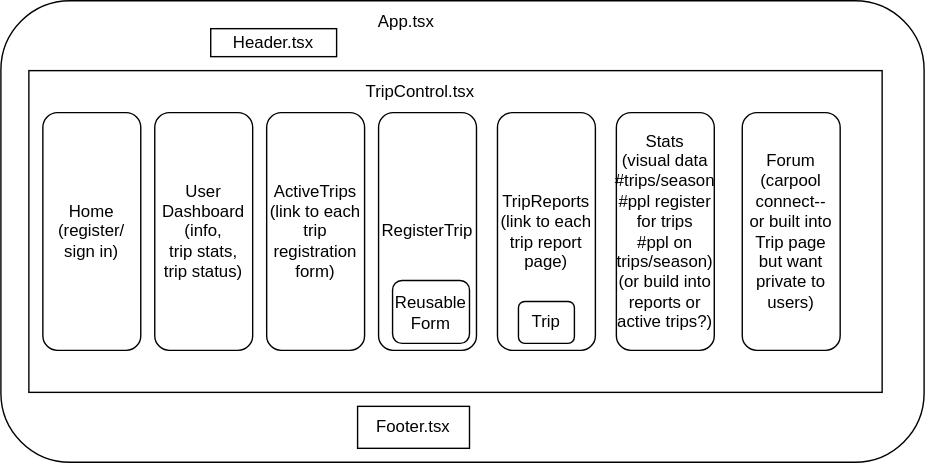
kimmykokonut/Capstone keeps this draw.io diagram as assets/diagrams/component-diagram.drawio.svg. Above is the earlier version. Source tidied: cells renumbered, new cells last; positions are measured from the earlier drawing's top-left corner, leaving out a move shared by most shapes. Its diagram source:
```xml
<mxGraphModel>
  <root>
    <mxCell id="0" />
    <mxCell id="1" parent="0" />
    <mxCell id="2" style="rounded=1;whiteSpace=wrap;html=1;" parent="1" vertex="1">
      <mxGeometry width="660" height="330" as="geometry" />
    </mxCell>
    <mxCell id="3" value="App.tsx" style="text;html=1;strokeColor=none;fillColor=none;align=center;verticalAlign=middle;whiteSpace=wrap;rounded=0;" parent="1" vertex="1">
      <mxGeometry x="260" width="60" height="30" as="geometry" />
    </mxCell>
    <mxCell id="4" value="Header.tsx" style="rounded=0;whiteSpace=wrap;html=1;" parent="1" vertex="1">
      <mxGeometry x="150" y="20" width="90" height="20" as="geometry" />
    </mxCell>
    <mxCell id="5" value="Footer.tsx" style="rounded=0;whiteSpace=wrap;html=1;" parent="1" vertex="1">
      <mxGeometry x="255" y="290" width="80" height="30" as="geometry" />
    </mxCell>
    <mxCell id="6" style="rounded=0;whiteSpace=wrap;html=1;" parent="1" vertex="1">
      <mxGeometry x="20" y="50" width="610" height="230" as="geometry" />
    </mxCell>
    <mxCell id="7" value="TripControl.tsx" style="text;html=1;strokeColor=none;fillColor=none;align=center;verticalAlign=middle;whiteSpace=wrap;rounded=0;" parent="1" vertex="1">
      <mxGeometry x="270" y="50" width="60" height="30" as="geometry" />
    </mxCell>
    <mxCell id="8" value="Home&lt;br&gt;(register/&lt;br&gt;sign in)" style="rounded=1;whiteSpace=wrap;html=1;" parent="1" vertex="1">
      <mxGeometry x="30" y="80" width="70" height="170" as="geometry" />
    </mxCell>
    <mxCell id="9" value="User&lt;br&gt;Dashboard&lt;br&gt;(info, &lt;br&gt;trip stats,&lt;br&gt;trip status)" style="rounded=1;whiteSpace=wrap;html=1;" parent="1" vertex="1">
      <mxGeometry x="110" y="80" width="70" height="170" as="geometry" />
    </mxCell>
    <mxCell id="10" value="TripReports&lt;br&gt;(link to each trip report page)" style="rounded=1;whiteSpace=wrap;html=1;" parent="1" vertex="1">
      <mxGeometry x="355" y="80" width="70" height="170" as="geometry" />
    </mxCell>
    <mxCell id="11" value="RegisterTrip" style="rounded=1;whiteSpace=wrap;html=1;" parent="1" vertex="1">
      <mxGeometry x="270" y="80" width="70" height="170" as="geometry" />
    </mxCell>
    <mxCell id="12" value="ActiveTrips&lt;br&gt;(link to each trip registration form)" style="rounded=1;whiteSpace=wrap;html=1;" parent="1" vertex="1">
      <mxGeometry x="190" y="80" width="70" height="170" as="geometry" />
    </mxCell>
    <mxCell id="13" value="Reusable&lt;br&gt;Form" style="rounded=1;whiteSpace=wrap;html=1;" parent="1" vertex="1">
      <mxGeometry x="280" y="200" width="55" height="45" as="geometry" />
    </mxCell>
    <mxCell id="14" value="Trip" style="rounded=1;whiteSpace=wrap;html=1;" parent="1" vertex="1">
      <mxGeometry x="370" y="215" width="40" height="30" as="geometry" />
    </mxCell>
    <mxCell id="15" value="Stats&lt;br&gt;(visual data&lt;br&gt;#trips/season&lt;br&gt;#ppl register for trips&lt;br&gt;#ppl on trips/season)&lt;br&gt;(or build into reports or active trips?)" style="rounded=1;whiteSpace=wrap;html=1;" parent="1" vertex="1">
      <mxGeometry x="440" y="80" width="70" height="170" as="geometry" />
    </mxCell>
    <mxCell id="16" value="Forum&lt;br&gt;(carpool connect--&lt;br&gt;or built into Trip page but want private to users)" style="rounded=1;whiteSpace=wrap;html=1;" parent="1" vertex="1">
      <mxGeometry x="530" y="80" width="70" height="170" as="geometry" />
    </mxCell>
  </root>
</mxGraphModel>
```
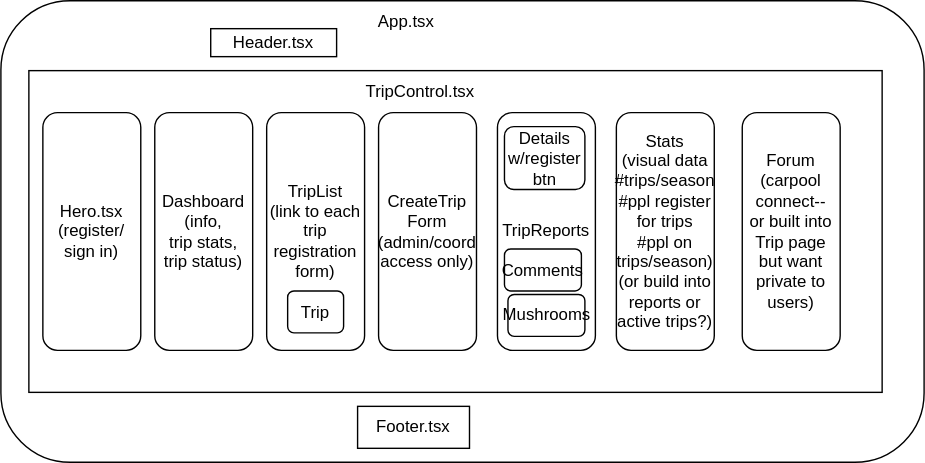
The same file after the commit.

Commit message:
allow user to register for field trip

Diff of the diagram source:
```diff
@@ -20,26 +20,26 @@
     <mxCell id="7" value="TripControl.tsx" style="text;html=1;strokeColor=none;fillColor=none;align=center;verticalAlign=middle;whiteSpace=wrap;rounded=0;" parent="1" vertex="1">
       <mxGeometry x="270" y="50" width="60" height="30" as="geometry" />
     </mxCell>
-    <mxCell id="8" value="Home&lt;br&gt;(register/&lt;br&gt;sign in)" style="rounded=1;whiteSpace=wrap;html=1;" parent="1" vertex="1">
+    <mxCell id="8" value="Hero.tsx&lt;br&gt;(register/&lt;br&gt;sign in)" style="rounded=1;whiteSpace=wrap;html=1;" parent="1" vertex="1">
       <mxGeometry x="30" y="80" width="70" height="170" as="geometry" />
     </mxCell>
-    <mxCell id="9" value="User&lt;br&gt;Dashboard&lt;br&gt;(info, &lt;br&gt;trip stats,&lt;br&gt;trip status)" style="rounded=1;whiteSpace=wrap;html=1;" parent="1" vertex="1">
+    <mxCell id="9" value="Dashboard&lt;br&gt;(info, &lt;br&gt;trip stats,&lt;br&gt;trip status)" style="rounded=1;whiteSpace=wrap;html=1;" parent="1" vertex="1">
       <mxGeometry x="110" y="80" width="70" height="170" as="geometry" />
     </mxCell>
-    <mxCell id="10" value="TripReports&lt;br&gt;(link to each trip report page)" style="rounded=1;whiteSpace=wrap;html=1;" parent="1" vertex="1">
+    <mxCell id="10" value="TripReports&lt;br&gt;" style="rounded=1;whiteSpace=wrap;html=1;" parent="1" vertex="1">
       <mxGeometry x="355" y="80" width="70" height="170" as="geometry" />
     </mxCell>
-    <mxCell id="11" value="RegisterTrip" style="rounded=1;whiteSpace=wrap;html=1;" parent="1" vertex="1">
+    <mxCell id="11" value="CreateTrip&lt;br&gt;Form&lt;br&gt;(admin/coord access only)" style="rounded=1;whiteSpace=wrap;html=1;" parent="1" vertex="1">
       <mxGeometry x="270" y="80" width="70" height="170" as="geometry" />
     </mxCell>
-    <mxCell id="12" value="ActiveTrips&lt;br&gt;(link to each trip registration form)" style="rounded=1;whiteSpace=wrap;html=1;" parent="1" vertex="1">
+    <mxCell id="12" value="TripList&lt;br&gt;(link to each trip registration form)" style="rounded=1;whiteSpace=wrap;html=1;" parent="1" vertex="1">
       <mxGeometry x="190" y="80" width="70" height="170" as="geometry" />
     </mxCell>
-    <mxCell id="13" value="Reusable&lt;br&gt;Form" style="rounded=1;whiteSpace=wrap;html=1;" parent="1" vertex="1">
-      <mxGeometry x="280" y="200" width="55" height="45" as="geometry" />
+    <mxCell id="13" value="Comments" style="rounded=1;whiteSpace=wrap;html=1;" parent="1" vertex="1">
+      <mxGeometry x="360" y="177.5" width="55" height="30" as="geometry" />
     </mxCell>
     <mxCell id="14" value="Trip" style="rounded=1;whiteSpace=wrap;html=1;" parent="1" vertex="1">
-      <mxGeometry x="370" y="215" width="40" height="30" as="geometry" />
+      <mxGeometry x="205" y="207.5" width="40" height="30" as="geometry" />
     </mxCell>
     <mxCell id="15" value="Stats&lt;br&gt;(visual data&lt;br&gt;#trips/season&lt;br&gt;#ppl register for trips&lt;br&gt;#ppl on trips/season)&lt;br&gt;(or build into reports or active trips?)" style="rounded=1;whiteSpace=wrap;html=1;" parent="1" vertex="1">
       <mxGeometry x="440" y="80" width="70" height="170" as="geometry" />
@@ -47,5 +47,11 @@
     <mxCell id="16" value="Forum&lt;br&gt;(carpool connect--&lt;br&gt;or built into Trip page but want private to users)" style="rounded=1;whiteSpace=wrap;html=1;" parent="1" vertex="1">
       <mxGeometry x="530" y="80" width="70" height="170" as="geometry" />
     </mxCell>
+    <mxCell id="17" value="Details&lt;br&gt;w/register btn" style="rounded=1;whiteSpace=wrap;html=1;" parent="1" vertex="1">
+      <mxGeometry x="360" y="90" width="57.5" height="45" as="geometry" />
+    </mxCell>
+    <mxCell id="18" value="Mushrooms" style="rounded=1;whiteSpace=wrap;html=1;" parent="1" vertex="1">
+      <mxGeometry x="362.5" y="210" width="55" height="30" as="geometry" />
+    </mxCell>
   </root>
 </mxGraphModel>
```
